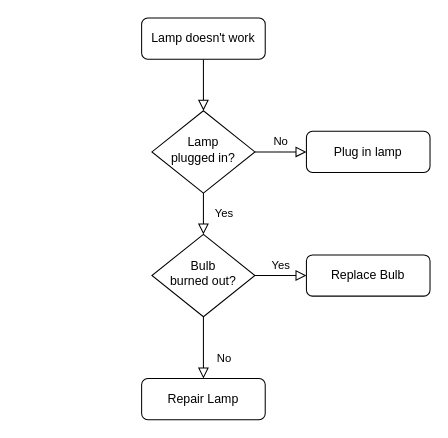
This is 未命名绘图.drawio from leeonon/draw, a draw.io file, before an edit. Source tidied: cells renumbered, new cells numbered last; positions are measured from the earlier drawing's top-left corner, leaving out a move shared by most shapes. Both pictures are drawn from the tidied source at 103%, with x=0, y=0 at pixel (141, 18).
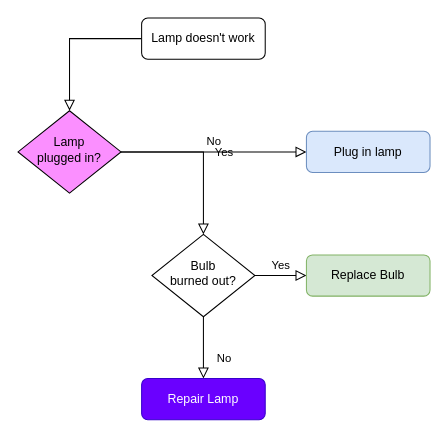
The same diagram, later.

Commit message:
Update 未命名绘图.drawio

What changed in the source:
```diff
@@
 <mxGraphModel>
   <root>
     <mxCell id="0" />
     <mxCell id="1" parent="0" />
     <mxCell id="2" style="rounded=0;html=1;jettySize=auto;fontSize=11;endArrow=block;endFill=0;endSize=8;strokeWidth=1;shadow=0;labelBackgroundColor=none;edgeStyle=orthogonalEdgeStyle;" parent="1" edge="1" source="3" target="6">
       <mxGeometry relative="1" as="geometry" />
     </mxCell>
     <mxCell id="3" value="Lamp doesn't work" style="rounded=1;whiteSpace=wrap;html=1;fontSize=12;glass=0;strokeWidth=1;shadow=0;" parent="1" vertex="1">
       <mxGeometry width="120" height="40" as="geometry" />
     </mxCell>
     <mxCell id="4" value="Yes" style="rounded=0;html=1;jettySize=auto;fontSize=11;endArrow=block;endFill=0;endSize=8;strokeWidth=1;shadow=0;labelBackgroundColor=none;edgeStyle=orthogonalEdgeStyle;" parent="1" edge="1" source="6" target="10">
       <mxGeometry y="20" relative="1" as="geometry" />
     </mxCell>
     <mxCell id="5" value="No" style="edgeStyle=orthogonalEdgeStyle;rounded=0;html=1;jettySize=auto;fontSize=11;endArrow=block;endFill=0;endSize=8;strokeWidth=1;shadow=0;labelBackgroundColor=none;" parent="1" edge="1" source="6" target="7">
       <mxGeometry y="10" relative="1" as="geometry" />
     </mxCell>
-    <mxCell id="6" value="Lamp&lt;br&gt;plugged in?" style="rhombus;whiteSpace=wrap;html=1;shadow=0;fontFamily=Helvetica;fontSize=12;align=center;strokeWidth=1;spacing=6;spacingTop=-4;" parent="1" vertex="1">
-      <mxGeometry x="10" y="90" width="100" height="80" as="geometry" />
+    <mxCell id="6" value="Lamp&lt;br&gt;plugged in?" style="rhombus;whiteSpace=wrap;html=1;shadow=0;fontFamily=Helvetica;fontSize=12;align=center;strokeWidth=1;spacing=6;spacingTop=-4;fillColor=#FB8FFF;" parent="1" vertex="1">
+      <mxGeometry x="-120" y="90" width="100" height="80" as="geometry" />
     </mxCell>
-    <mxCell id="7" value="Plug in lamp" style="rounded=1;whiteSpace=wrap;html=1;fontSize=12;glass=0;strokeWidth=1;shadow=0;" parent="1" vertex="1">
+    <mxCell id="7" value="Plug in lamp" style="rounded=1;whiteSpace=wrap;html=1;fontSize=12;glass=0;strokeWidth=1;shadow=0;fillColor=#dae8fc;strokeColor=#6c8ebf;" parent="1" vertex="1">
       <mxGeometry x="160" y="110" width="120" height="40" as="geometry" />
     </mxCell>
     <mxCell id="8" value="No" style="rounded=0;html=1;jettySize=auto;fontSize=11;endArrow=block;endFill=0;endSize=8;strokeWidth=1;shadow=0;labelBackgroundColor=none;edgeStyle=orthogonalEdgeStyle;" parent="1" edge="1" source="10" target="11">
       <mxGeometry x="0.33" y="20" relative="1" as="geometry" />
     </mxCell>
     <mxCell id="9" value="Yes" style="edgeStyle=orthogonalEdgeStyle;rounded=0;html=1;jettySize=auto;fontSize=11;endArrow=block;endFill=0;endSize=8;strokeWidth=1;shadow=0;labelBackgroundColor=none;" parent="1" edge="1" source="10" target="12">
       <mxGeometry y="10" relative="1" as="geometry" />
     </mxCell>
     <mxCell id="10" value="Bulb&lt;br&gt;burned out?" style="rhombus;whiteSpace=wrap;html=1;shadow=0;fontFamily=Helvetica;fontSize=12;align=center;strokeWidth=1;spacing=6;spacingTop=-4;" parent="1" vertex="1">
       <mxGeometry x="10" y="210" width="100" height="80" as="geometry" />
     </mxCell>
-    <mxCell id="11" value="Repair Lamp" style="rounded=1;whiteSpace=wrap;html=1;fontSize=12;glass=0;strokeWidth=1;shadow=0;" parent="1" vertex="1">
+    <mxCell id="11" value="Repair Lamp" style="rounded=1;whiteSpace=wrap;html=1;fontSize=12;glass=0;strokeWidth=1;shadow=0;fillColor=#6a00ff;fontColor=#ffffff;strokeColor=#3700CC;" parent="1" vertex="1">
       <mxGeometry y="350" width="120" height="40" as="geometry" />
     </mxCell>
-    <mxCell id="12" value="Replace Bulb" style="rounded=1;whiteSpace=wrap;html=1;fontSize=12;glass=0;strokeWidth=1;shadow=0;" parent="1" vertex="1">
+    <mxCell id="12" value="Replace Bulb" style="rounded=1;whiteSpace=wrap;html=1;fontSize=12;glass=0;strokeWidth=1;shadow=0;fillColor=#d5e8d4;strokeColor=#82b366;" parent="1" vertex="1">
       <mxGeometry x="160" y="230" width="120" height="40" as="geometry" />
     </mxCell>
   </root>
 </mxGraphModel>
```
